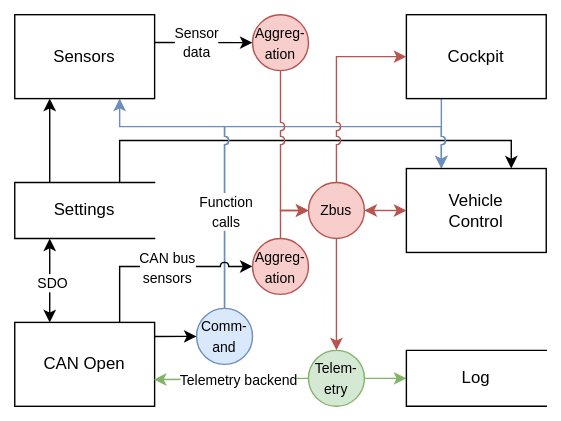
This is doc/_static/images/data_flow_diagram.svg from NTURacingTeam/nturt_zephyr_common, a draw.io export, as it was before one commit. Source tidied: cells renumbered, new cells last; positions are measured from the earlier drawing's top-left corner, leaving out a move shared by most shapes.
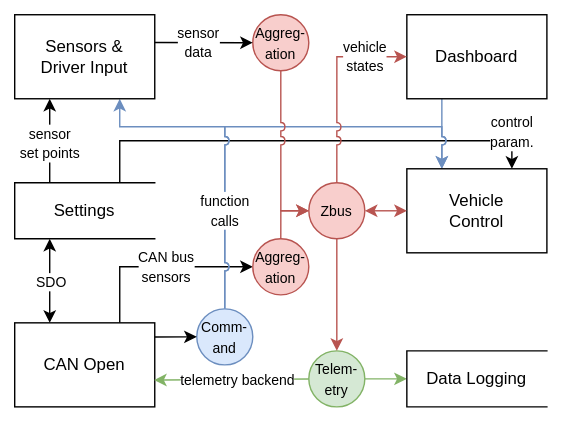
The same file after the commit.

Change to the diagram source:
```diff
@@ -2,6 +2,12 @@
   <root>
     <mxCell id="0" />
     <mxCell id="1" parent="0" />
+    <mxCell id="19" style="edgeStyle=orthogonalEdgeStyle;html=1;rounded=0;curved=0;exitX=0.75;exitY=0;exitDx=0;exitDy=0;entryX=0;entryY=0.5;entryDx=0;entryDy=0;jumpStyle=arc;" parent="1" edge="1" source="13" target="22">
+      <mxGeometry relative="1" as="geometry" />
+    </mxCell>
+    <mxCell id="20" value="&lt;font style=&quot;font-size: 10px;&quot;&gt;CAN bus&lt;/font&gt;&lt;div&gt;&lt;font style=&quot;font-size: 10px;&quot;&gt;sensors&lt;/font&gt;&lt;/div&gt;" style="edgeLabel;html=1;align=center;verticalAlign=middle;" parent="19" vertex="1">
+      <mxGeometry x="0.07" relative="1" as="geometry" />
+    </mxCell>
     <mxCell id="2" style="edgeStyle=orthogonalEdgeStyle;html=1;exitX=0.75;exitY=0;exitDx=0;exitDy=0;entryX=0.75;entryY=0;entryDx=0;entryDy=0;rounded=0;" parent="1" edge="1" source="18" target="29">
       <mxGeometry relative="1" as="geometry">
         <Array as="points">
@@ -10,6 +16,11 @@
         </Array>
       </mxGeometry>
     </mxCell>
+    <mxCell id="34" value="&lt;div&gt;&lt;font style=&quot;font-size: 10px;&quot;&gt;control&lt;/font&gt;&lt;/div&gt;&lt;font style=&quot;font-size: 10px;&quot;&gt;param.&lt;/font&gt;" style="edgeLabel;html=1;align=center;verticalAlign=middle;" parent="2" vertex="1">
+      <mxGeometry x="0.75" relative="1" as="geometry">
+        <mxPoint x="21" y="-6" as="offset" />
+      </mxGeometry>
+    </mxCell>
     <mxCell id="3" style="edgeStyle=orthogonalEdgeStyle;html=1;exitX=0.5;exitY=0;exitDx=0;exitDy=0;entryX=0.75;entryY=1;entryDx=0;entryDy=0;rounded=0;curved=0;fillColor=#dae8fc;strokeColor=#6c8ebf;jumpStyle=arc;" parent="1" edge="1" source="16" target="6">
       <mxGeometry relative="1" as="geometry">
         <Array as="points">
@@ -26,12 +37,12 @@
         </Array>
       </mxGeometry>
     </mxCell>
-    <mxCell id="5" value="&lt;font style=&quot;font-size: 10px;&quot;&gt;Function&lt;/font&gt;&lt;div&gt;&lt;font style=&quot;font-size: 10px;&quot;&gt;calls&lt;/font&gt;&lt;/div&gt;" style="edgeLabel;html=1;align=center;verticalAlign=middle;" parent="4" vertex="1">
+    <mxCell id="5" value="&lt;font style=&quot;font-size: 10px;&quot;&gt;function&lt;/font&gt;&lt;div&gt;&lt;font style=&quot;font-size: 10px;&quot;&gt;calls&lt;/font&gt;&lt;/div&gt;" style="edgeLabel;html=1;align=center;verticalAlign=middle;" parent="4" vertex="1">
       <mxGeometry x="-0.34" y="1" relative="1" as="geometry">
         <mxPoint x="1" y="34" as="offset" />
       </mxGeometry>
     </mxCell>
-    <mxCell id="6" value="Sensors" style="html=1;dashed=0;whiteSpace=wrap;" parent="1" vertex="1">
+    <mxCell id="6" value="Sensors &amp;amp;&lt;div&gt;Driver Input&lt;/div&gt;" style="html=1;dashed=0;whiteSpace=wrap;" parent="1" vertex="1">
       <mxGeometry width="100" height="60" as="geometry" />
     </mxCell>
     <mxCell id="7" style="edgeStyle=none;html=1;fillColor=#d5e8d4;strokeColor=#82b366;" parent="1" edge="1" source="8" target="23">
@@ -60,7 +71,7 @@
     <mxCell id="14" style="edgeStyle=none;html=1;exitX=0.25;exitY=1;exitDx=0;exitDy=0;entryX=0.25;entryY=0;entryDx=0;entryDy=0;fillColor=#dae8fc;strokeColor=#6c8ebf;jumpStyle=arc;" parent="1" edge="1" source="15" target="29">
       <mxGeometry relative="1" as="geometry" />
     </mxCell>
-    <mxCell id="15" value="Cockpit" style="html=1;dashed=0;whiteSpace=wrap;" parent="1" vertex="1">
+    <mxCell id="15" value="Dashboard" style="html=1;dashed=0;whiteSpace=wrap;" parent="1" vertex="1">
       <mxGeometry x="280" width="100" height="60" as="geometry" />
     </mxCell>
     <mxCell id="16" value="&lt;font style=&quot;font-size: 10px;&quot;&gt;Comm-&lt;/font&gt;&lt;div&gt;&lt;font style=&quot;font-size: 10px;&quot;&gt;and&lt;/font&gt;&lt;/div&gt;" style="shape=ellipse;html=1;dashed=0;whiteSpace=wrap;perimeter=ellipsePerimeter;fillColor=#dae8fc;strokeColor=#6c8ebf;" parent="1" vertex="1">
@@ -69,28 +80,25 @@
     <mxCell id="17" style="edgeStyle=orthogonalEdgeStyle;html=1;exitX=0.25;exitY=0;exitDx=0;exitDy=0;entryX=0.25;entryY=1;entryDx=0;entryDy=0;rounded=0;" parent="1" edge="1" source="18" target="6">
       <mxGeometry relative="1" as="geometry" />
     </mxCell>
+    <mxCell id="35" value="&lt;font style=&quot;font-size: 10px;&quot;&gt;sensor&lt;/font&gt;&lt;div&gt;&lt;font style=&quot;font-size: 10px;&quot;&gt;set points&lt;/font&gt;&lt;/div&gt;" style="edgeLabel;html=1;align=center;verticalAlign=middle;" parent="17" vertex="1">
+      <mxGeometry x="-0.06" relative="1" as="geometry" />
+    </mxCell>
     <mxCell id="18" value="Settings" style="html=1;dashed=0;whiteSpace=wrap;shape=partialRectangle;right=0;" parent="1" vertex="1">
       <mxGeometry y="120" width="100" height="40" as="geometry" />
     </mxCell>
-    <mxCell id="19" style="edgeStyle=orthogonalEdgeStyle;html=1;rounded=0;curved=0;exitX=0.75;exitY=0;exitDx=0;exitDy=0;entryX=0;entryY=0.5;entryDx=0;entryDy=0;jumpStyle=arc;" parent="1" edge="1" source="13" target="22">
-      <mxGeometry relative="1" as="geometry" />
-    </mxCell>
-    <mxCell id="20" value="&lt;font style=&quot;font-size: 10px;&quot;&gt;CAN bus&lt;/font&gt;&lt;div&gt;&lt;font style=&quot;font-size: 10px;&quot;&gt;sensors&lt;/font&gt;&lt;/div&gt;" style="edgeLabel;html=1;align=center;verticalAlign=middle;" parent="19" vertex="1">
-      <mxGeometry x="0.07" relative="1" as="geometry" />
-    </mxCell>
     <mxCell id="21" style="edgeStyle=orthogonalEdgeStyle;html=1;exitX=0.5;exitY=0;exitDx=0;exitDy=0;entryX=0;entryY=0.5;entryDx=0;entryDy=0;rounded=0;curved=0;jumpStyle=arc;fillColor=#f8cecc;strokeColor=#b85450;" parent="1" edge="1" source="22" target="33">
       <mxGeometry relative="1" as="geometry" />
     </mxCell>
     <mxCell id="22" value="&lt;font style=&quot;font-size: 10px;&quot;&gt;Aggreg-ation&lt;/font&gt;" style="shape=ellipse;html=1;dashed=0;whiteSpace=wrap;perimeter=ellipsePerimeter;fillColor=#f8cecc;strokeColor=#b85450;labelBorderColor=none;" parent="1" vertex="1">
       <mxGeometry x="170" y="160" width="40" height="40" as="geometry" />
     </mxCell>
-    <mxCell id="23" value="Log" style="html=1;dashed=0;whiteSpace=wrap;shape=partialRectangle;right=0;" parent="1" vertex="1">
+    <mxCell id="23" value="Data Logging" style="html=1;dashed=0;whiteSpace=wrap;shape=partialRectangle;right=0;" parent="1" vertex="1">
       <mxGeometry x="280" y="240" width="100" height="40" as="geometry" />
     </mxCell>
     <mxCell id="24" style="edgeStyle=none;html=1;entryX=0.995;entryY=0.681;entryDx=0;entryDy=0;entryPerimeter=0;fillColor=#d5e8d4;strokeColor=#82b366;" parent="1" edge="1" source="8" target="13">
       <mxGeometry relative="1" as="geometry" />
     </mxCell>
-    <mxCell id="25" value="&lt;font style=&quot;font-size: 10px;&quot;&gt;Telemetry backend&lt;/font&gt;" style="edgeLabel;html=1;align=center;verticalAlign=middle;" parent="24" vertex="1">
+    <mxCell id="25" value="&lt;font style=&quot;font-size: 10px;&quot;&gt;telemetry backend&lt;/font&gt;" style="edgeLabel;html=1;align=center;verticalAlign=middle;" parent="24" vertex="1">
       <mxGeometry x="-0.08" relative="1" as="geometry" />
     </mxCell>
     <mxCell id="26" style="edgeStyle=none;html=1;exitX=1;exitY=0.168;exitDx=0;exitDy=0;entryX=0;entryY=0.5;entryDx=0;entryDy=0;exitPerimeter=0;" parent="1" edge="1" source="13" target="16">
@@ -99,9 +107,9 @@
     <mxCell id="27" style="edgeStyle=none;html=1;exitX=1;exitY=0.331;exitDx=0;exitDy=0;entryX=0;entryY=0.5;entryDx=0;entryDy=0;exitPerimeter=0;" parent="1" edge="1" source="6" target="10">
       <mxGeometry relative="1" as="geometry" />
     </mxCell>
-    <mxCell id="28" value="&lt;font style=&quot;font-size: 10px;&quot;&gt;Sensor&lt;/font&gt;&lt;div&gt;&lt;font style=&quot;font-size: 10px;&quot;&gt;data&lt;/font&gt;&lt;/div&gt;" style="edgeLabel;html=1;align=center;verticalAlign=middle;" parent="27" vertex="1">
+    <mxCell id="28" value="&lt;font style=&quot;font-size: 10px;&quot;&gt;sensor&lt;/font&gt;&lt;div&gt;&lt;font style=&quot;font-size: 10px;&quot;&gt;data&lt;/font&gt;&lt;/div&gt;" style="edgeLabel;html=1;align=center;verticalAlign=middle;" parent="27" vertex="1">
       <mxGeometry x="-0.21" y="-1" relative="1" as="geometry">
-        <mxPoint x="2" y="-1" as="offset" />
+        <mxPoint x="3" y="-1" as="offset" />
       </mxGeometry>
     </mxCell>
     <mxCell id="29" value="Vehicle&lt;div&gt;Control&lt;/div&gt;" style="html=1;dashed=0;whiteSpace=wrap;" parent="1" vertex="1">
@@ -116,6 +124,11 @@
     <mxCell id="32" style="edgeStyle=orthogonalEdgeStyle;html=1;exitX=0.5;exitY=0;exitDx=0;exitDy=0;entryX=0;entryY=0.5;entryDx=0;entryDy=0;rounded=0;jumpStyle=arc;fillColor=#f8cecc;strokeColor=#b85450;" parent="1" edge="1" source="33" target="15">
       <mxGeometry relative="1" as="geometry" />
     </mxCell>
+    <mxCell id="36" value="&lt;font style=&quot;font-size: 10px;&quot;&gt;vehicle&lt;/font&gt;&lt;div&gt;&lt;font style=&quot;font-size: 10px;&quot;&gt;states&lt;/font&gt;&lt;/div&gt;" style="edgeLabel;html=1;align=center;verticalAlign=middle;" parent="32" vertex="1">
+      <mxGeometry x="0.82" y="-1" relative="1" as="geometry">
+        <mxPoint x="-17" y="-1" as="offset" />
+      </mxGeometry>
+    </mxCell>
     <mxCell id="33" value="&lt;font style=&quot;font-size: 10px;&quot;&gt;Zbus&lt;/font&gt;" style="shape=ellipse;html=1;dashed=0;whiteSpace=wrap;perimeter=ellipsePerimeter;fillColor=#f8cecc;strokeColor=#b85450;" parent="1" vertex="1">
       <mxGeometry x="210" y="120" width="40" height="40" as="geometry" />
     </mxCell>
```
